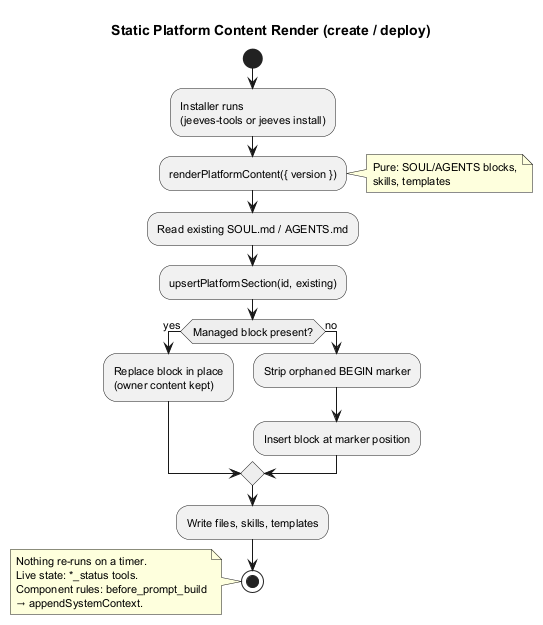
Before: diagrams/out/managed-content-lifecycle.png, a diagram exported from PlantUML (karmaniverous/jeeves).
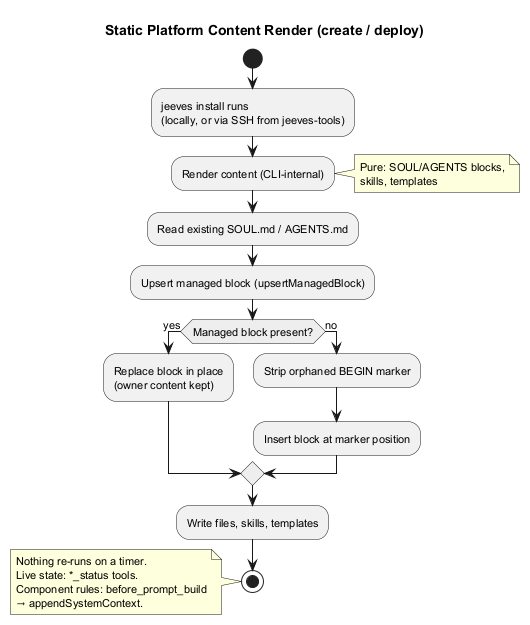
The same file after the commit.

Diff of the diagram source:
```diff
@@ -8,14 +8,14 @@
 
 start
 
-:Installer runs\n(jeeves-tools or jeeves install);
+:jeeves install runs\n(locally, or via SSH from jeeves-tools);
 
-:renderPlatformContent({ version });
+:Render content (CLI-internal);
 note right: Pure: SOUL/AGENTS blocks,\nskills, templates
 
 :Read existing SOUL.md / AGENTS.md;
 
-:upsertPlatformSection(id, existing);
+:Upsert managed block (upsertManagedBlock);
 
 if (Managed block present?) then (yes)
   :Replace block in place\n(owner content kept);
```
